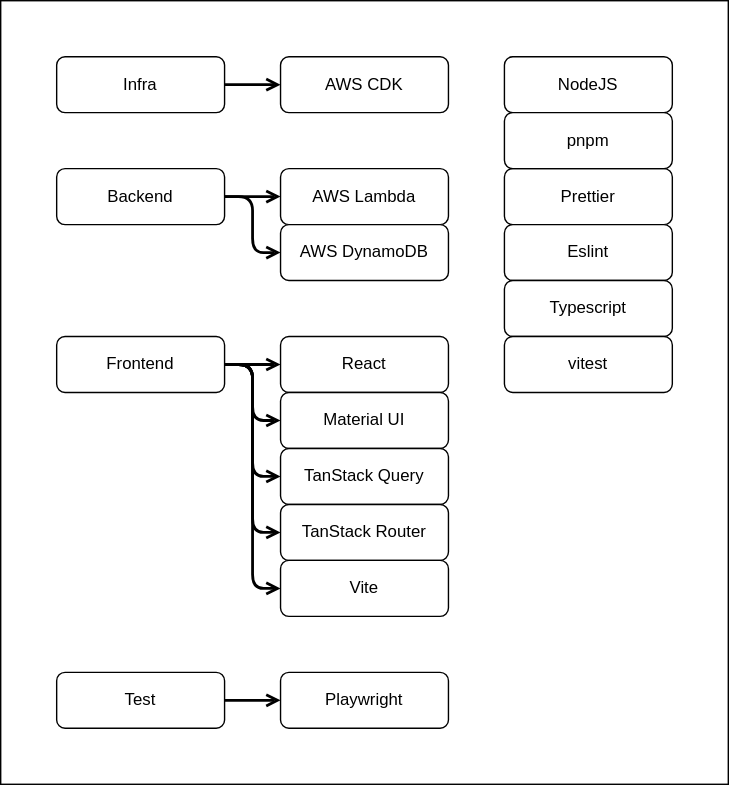
The draw.io diagram stack.drawio.svg in fcostarodrigo/bots, before a commit. Source tidied: cells renumbered, new cells last; positions are measured from the earlier drawing's top-left corner, leaving out a move shared by most shapes.
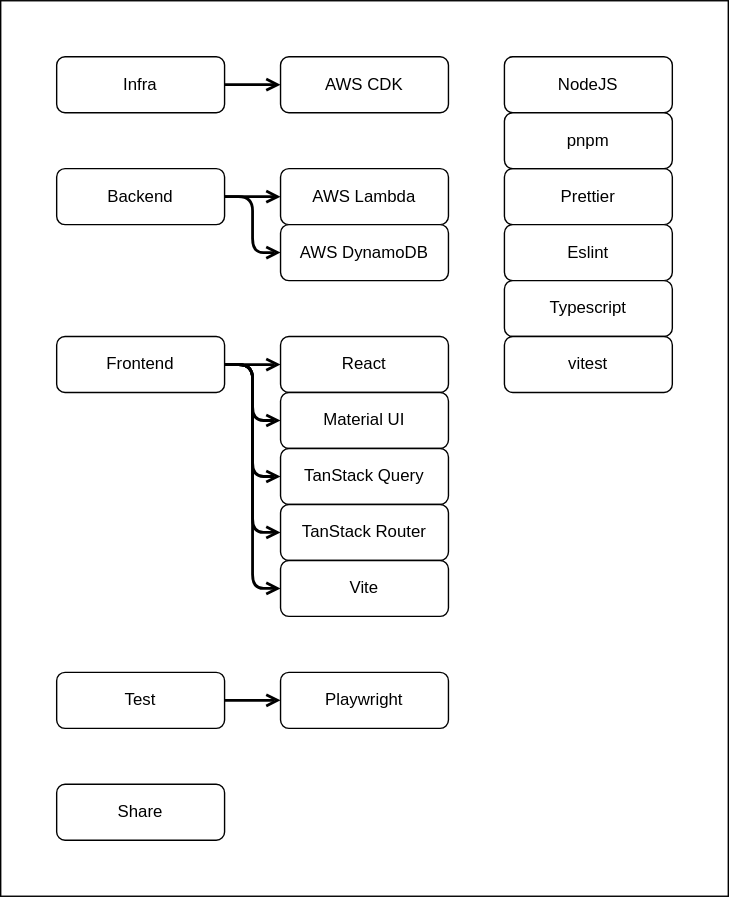
Above is the later version.

Change to the diagram source:
```diff
@@ -3,7 +3,7 @@
     <mxCell id="0" />
     <mxCell id="1" parent="0" />
     <mxCell id="2" style="rounded=0;whiteSpace=wrap;html=1;fontFamily=Helvetica;fontSize=11;fontColor=default;labelBackgroundColor=default;" parent="1" vertex="1">
-      <mxGeometry width="520" height="560" as="geometry" />
+      <mxGeometry width="520" height="640" as="geometry" />
     </mxCell>
     <mxCell id="3" style="edgeStyle=orthogonalEdgeStyle;rounded=0;jettySize=auto;html=1;endArrow=open;endFill=0;strokeWidth=2;" parent="1" edge="1" source="4" target="14">
       <mxGeometry relative="1" as="geometry" />
@@ -89,5 +89,8 @@
     <mxCell id="30" value="Vite" style="rounded=1;whiteSpace=wrap;html=1;" parent="1" vertex="1">
       <mxGeometry x="200" y="400" width="120" height="40" as="geometry" />
     </mxCell>
+    <mxCell id="31" value="Share" style="rounded=1;whiteSpace=wrap;html=1;" parent="1" vertex="1">
+      <mxGeometry x="40" y="560" width="120" height="40" as="geometry" />
+    </mxCell>
   </root>
 </mxGraphModel>
```
